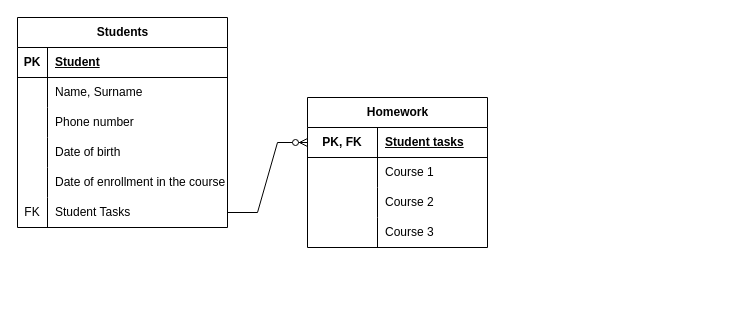
Earlier version of the draw.io diagram page "Task 2" (2 of 3) of Untitled Diagram.drawio (JoaNIAS/Database-project-design). Source tidied: cells renumbered, new cells numbered last; positions are measured from the earlier drawing's top-left corner, leaving out a move shared by most shapes. Both pictures are drawn from the tidied source at 100%, with x=0, y=0 at pixel (17, 17).
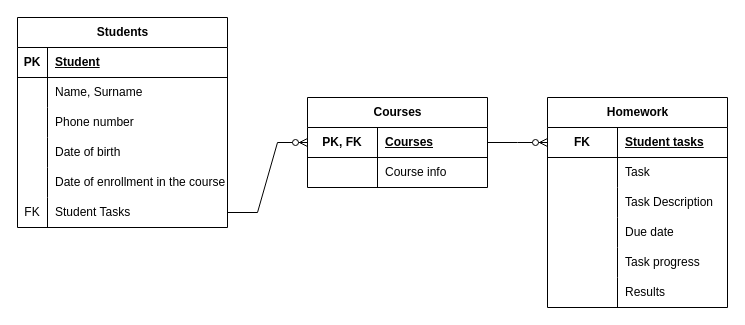
Above is the later version.

The change refers to these unchanged cells:
```xml
<mxCell id="18" style="shape=tableRow;horizontal=0;startSize=0;swimlaneHead=0;swimlaneBody=0;fillColor=none;points=[[0,0.5],[1,0.5]];portConstraint=eastwest;top=0;left=0;right=0;bottom=0;" parent="2" vertex="1">
  <mxGeometry y="180" width="210" height="30" as="geometry" />
</mxCell>
<mxCell id="22" style="shape=tableRow;horizontal=0;startSize=0;swimlaneHead=0;swimlaneBody=0;fillColor=none;points=[[0,0.5],[1,0.5]];portConstraint=eastwest;top=0;left=0;right=0;bottom=1;" parent="21" vertex="1">
  <mxGeometry y="30" width="180" height="30" as="geometry" />
</mxCell>
```

Change to the diagram source:
```diff
@@
-    <mxCell id="21" value="Homework" style="shape=table;startSize=30;childLayout=tableLayout;rowLines=0;fontStyle=1;align=center;html=1;" parent="1" vertex="1">
-      <mxGeometry x="290" y="80" width="180" height="150" as="geometry" />
+    <mxCell id="21" value="Courses" style="shape=table;startSize=30;childLayout=tableLayout;rowLines=0;fontStyle=1;align=center;html=1;" parent="1" vertex="1">
+      <mxGeometry x="290" y="80" width="180" height="90" as="geometry" />
     </mxCell>
@@
-    <mxCell id="24" value="Student tasks" style="shape=partialRectangle;fillColor=none;top=0;left=0;bottom=0;right=0;align=left;spacingLeft=6;fontStyle=5;overflow=hidden;whiteSpace=wrap;html=1;" parent="22" vertex="1">
+    <mxCell id="24" value="Courses" style="shape=partialRectangle;fillColor=none;top=0;left=0;bottom=0;right=0;align=left;spacingLeft=6;fontStyle=5;overflow=hidden;whiteSpace=wrap;html=1;" parent="22" vertex="1">
       <mxGeometry x="70" width="110" height="30" as="geometry" />
     </mxCell>
-    <mxCell id="25" style="shape=tableRow;horizontal=0;startSize=0;swimlaneHead=0;swimlaneBody=0;fillColor=none;top=0;left=0;right=0;bottom=0;" parent="21" vertex="1">
-      <mxGeometry y="60" width="180" height="30" as="geometry" />
-    </mxCell>
-    <mxCell id="26" style="shape=partialRectangle;fillColor=none;top=0;left=0;bottom=0;right=0;overflow=hidden;whiteSpace=wrap;html=1;" parent="25" vertex="1">
-      <mxGeometry width="70" height="30" as="geometry" />
-    </mxCell>
-    <mxCell id="27" value="Course 1" style="shape=partialRectangle;fillColor=none;top=0;left=0;bottom=0;right=0;align=left;spacingLeft=6;overflow=hidden;whiteSpace=wrap;html=1;" parent="25" vertex="1">
-      <mxGeometry x="70" width="110" height="30" as="geometry" />
-    </mxCell>
     <mxCell id="28" style="shape=tableRow;horizontal=0;startSize=0;swimlaneHead=0;swimlaneBody=0;fillColor=none;top=0;left=0;right=0;bottom=0;" parent="21" vertex="1">
-      <mxGeometry y="90" width="180" height="30" as="geometry" />
+      <mxGeometry y="60" width="180" height="30" as="geometry" />
     </mxCell>
@@
-    <mxCell id="30" value="Course 2" style="shape=partialRectangle;fillColor=none;top=0;left=0;bottom=0;right=0;align=left;spacingLeft=6;overflow=hidden;whiteSpace=wrap;html=1;" parent="28" vertex="1">
+    <mxCell id="30" value="Course info" style="shape=partialRectangle;fillColor=none;top=0;left=0;bottom=0;right=0;align=left;spacingLeft=6;overflow=hidden;whiteSpace=wrap;html=1;" parent="28" vertex="1">
       <mxGeometry x="70" width="110" height="30" as="geometry" />
     </mxCell>
+    <mxCell id="34" style="edgeStyle=entityRelationEdgeStyle;fontSize=12;html=1;endArrow=ERzeroToMany;endFill=1;rounded=0;exitX=1;exitY=0.5;exitDx=0;exitDy=0;" parent="1" edge="1" source="18" target="22">
+      <mxGeometry relative="1" as="geometry" />
+    </mxCell>
+    <mxCell id="35" style="edgeStyle=entityRelationEdgeStyle;fontSize=12;html=1;endArrow=ERzeroToMany;endFill=1;rounded=0;exitX=1;exitY=0.5;exitDx=0;exitDy=0;" parent="1" edge="1" source="22">
+      <mxGeometry relative="1" as="geometry">
+        <mxPoint x="530" y="125" as="targetPoint" />
+      </mxGeometry>
+    </mxCell>
+    <mxCell id="36" value="Homework" style="shape=table;startSize=30;childLayout=tableLayout;rowLines=0;fontStyle=1;align=center;html=1;" parent="1" vertex="1">
+      <mxGeometry x="530" y="80" width="180" height="210" as="geometry" />
+    </mxCell>
+    <mxCell id="37" style="shape=tableRow;horizontal=0;startSize=0;swimlaneHead=0;swimlaneBody=0;fillColor=none;top=0;left=0;right=0;bottom=1;" parent="36" vertex="1">
+      <mxGeometry y="30" width="180" height="30" as="geometry" />
+    </mxCell>
+    <mxCell id="38" value="FK" style="shape=partialRectangle;fillColor=none;top=0;left=0;bottom=0;right=0;fontStyle=1;overflow=hidden;whiteSpace=wrap;html=1;" parent="37" vertex="1">
+      <mxGeometry width="70" height="30" as="geometry" />
+    </mxCell>
+    <mxCell id="39" value="Student tasks" style="shape=partialRectangle;fillColor=none;top=0;left=0;bottom=0;right=0;align=left;spacingLeft=6;fontStyle=5;overflow=hidden;whiteSpace=wrap;html=1;" parent="37" vertex="1">
+      <mxGeometry x="70" width="110" height="30" as="geometry" />
+    </mxCell>
+    <mxCell id="25" style="shape=tableRow;horizontal=0;startSize=0;swimlaneHead=0;swimlaneBody=0;fillColor=none;top=0;left=0;right=0;bottom=0;" parent="36" vertex="1">
+      <mxGeometry y="60" width="180" height="30" as="geometry" />
+    </mxCell>
+    <mxCell id="40" style="shape=partialRectangle;fillColor=none;top=0;left=0;bottom=0;right=0;overflow=hidden;whiteSpace=wrap;html=1;" parent="25" vertex="1">
+      <mxGeometry width="70" height="30" as="geometry" />
+    </mxCell>
+    <mxCell id="41" value="Task" style="shape=partialRectangle;fillColor=none;top=0;left=0;bottom=0;right=0;align=left;spacingLeft=6;overflow=hidden;whiteSpace=wrap;html=1;" parent="25" vertex="1">
+      <mxGeometry x="70" width="110" height="30" as="geometry" />
+    </mxCell>
+    <mxCell id="42" style="shape=tableRow;horizontal=0;startSize=0;swimlaneHead=0;swimlaneBody=0;fillColor=none;top=0;left=0;right=0;bottom=0;" parent="36" vertex="1">
+      <mxGeometry y="90" width="180" height="30" as="geometry" />
+    </mxCell>
+    <mxCell id="43" style="shape=partialRectangle;fillColor=none;top=0;left=0;bottom=0;right=0;overflow=hidden;whiteSpace=wrap;html=1;" parent="42" vertex="1">
+      <mxGeometry width="70" height="30" as="geometry" />
+    </mxCell>
+    <mxCell id="44" value="Task Description&amp;nbsp;" style="shape=partialRectangle;fillColor=none;top=0;left=0;bottom=0;right=0;align=left;spacingLeft=6;overflow=hidden;whiteSpace=wrap;html=1;" parent="42" vertex="1">
+      <mxGeometry x="70" width="110" height="30" as="geometry" />
+    </mxCell>
-    <mxCell id="31" style="shape=tableRow;horizontal=0;startSize=0;swimlaneHead=0;swimlaneBody=0;fillColor=none;top=0;left=0;right=0;bottom=0;" parent="21" vertex="1">
+    <mxCell id="31" style="shape=tableRow;horizontal=0;startSize=0;swimlaneHead=0;swimlaneBody=0;fillColor=none;top=0;left=0;right=0;bottom=0;" parent="36" vertex="1">
       <mxGeometry y="120" width="180" height="30" as="geometry" />
     </mxCell>
-    <mxCell id="32" style="shape=partialRectangle;fillColor=none;top=0;left=0;bottom=0;right=0;overflow=hidden;whiteSpace=wrap;html=1;" parent="31" vertex="1">
-      <mxGeometry width="70" height="30" as="geometry" />
-    </mxCell>
-    <mxCell id="33" value="Course 3" style="shape=partialRectangle;fillColor=none;top=0;left=0;bottom=0;right=0;align=left;spacingLeft=6;overflow=hidden;whiteSpace=wrap;html=1;" parent="31" vertex="1">
-      <mxGeometry x="70" width="110" height="30" as="geometry" />
-    </mxCell>
-    <mxCell id="34" style="edgeStyle=entityRelationEdgeStyle;fontSize=12;html=1;endArrow=ERzeroToMany;endFill=1;rounded=0;exitX=1;exitY=0.5;exitDx=0;exitDy=0;" parent="1" edge="1" source="18" target="22">
-      <mxGeometry relative="1" as="geometry" />
-    </mxCell>
+    <mxCell id="45" style="shape=partialRectangle;fillColor=none;top=0;left=0;bottom=0;right=0;overflow=hidden;whiteSpace=wrap;html=1;" parent="31" vertex="1">
+      <mxGeometry width="70" height="30" as="geometry" />
+    </mxCell>
+    <mxCell id="46" value="Due date" style="shape=partialRectangle;fillColor=none;top=0;left=0;bottom=0;right=0;align=left;spacingLeft=6;overflow=hidden;whiteSpace=wrap;html=1;" parent="31" vertex="1">
+      <mxGeometry x="70" width="110" height="30" as="geometry" />
+    </mxCell>
+    <mxCell id="47" style="shape=tableRow;horizontal=0;startSize=0;swimlaneHead=0;swimlaneBody=0;fillColor=none;top=0;left=0;right=0;bottom=0;" parent="36" vertex="1">
+      <mxGeometry y="150" width="180" height="30" as="geometry" />
+    </mxCell>
+    <mxCell id="48" style="shape=partialRectangle;fillColor=none;top=0;left=0;bottom=0;right=0;overflow=hidden;whiteSpace=wrap;html=1;" parent="47" vertex="1">
+      <mxGeometry width="70" height="30" as="geometry" />
+    </mxCell>
+    <mxCell id="49" value="Task progress" style="shape=partialRectangle;fillColor=none;top=0;left=0;bottom=0;right=0;align=left;spacingLeft=6;overflow=hidden;whiteSpace=wrap;html=1;" parent="47" vertex="1">
+      <mxGeometry x="70" width="110" height="30" as="geometry" />
+    </mxCell>
+    <mxCell id="50" style="shape=tableRow;horizontal=0;startSize=0;swimlaneHead=0;swimlaneBody=0;fillColor=none;top=0;left=0;right=0;bottom=0;" parent="36" vertex="1">
+      <mxGeometry y="180" width="180" height="30" as="geometry" />
+    </mxCell>
+    <mxCell id="51" style="shape=partialRectangle;fillColor=none;top=0;left=0;bottom=0;right=0;overflow=hidden;whiteSpace=wrap;html=1;" parent="50" vertex="1">
+      <mxGeometry width="70" height="30" as="geometry" />
+    </mxCell>
+    <mxCell id="52" value="Results" style="shape=partialRectangle;fillColor=none;top=0;left=0;bottom=0;right=0;align=left;spacingLeft=6;overflow=hidden;whiteSpace=wrap;html=1;" parent="50" vertex="1">
+      <mxGeometry x="70" width="110" height="30" as="geometry" />
+    </mxCell>
```
